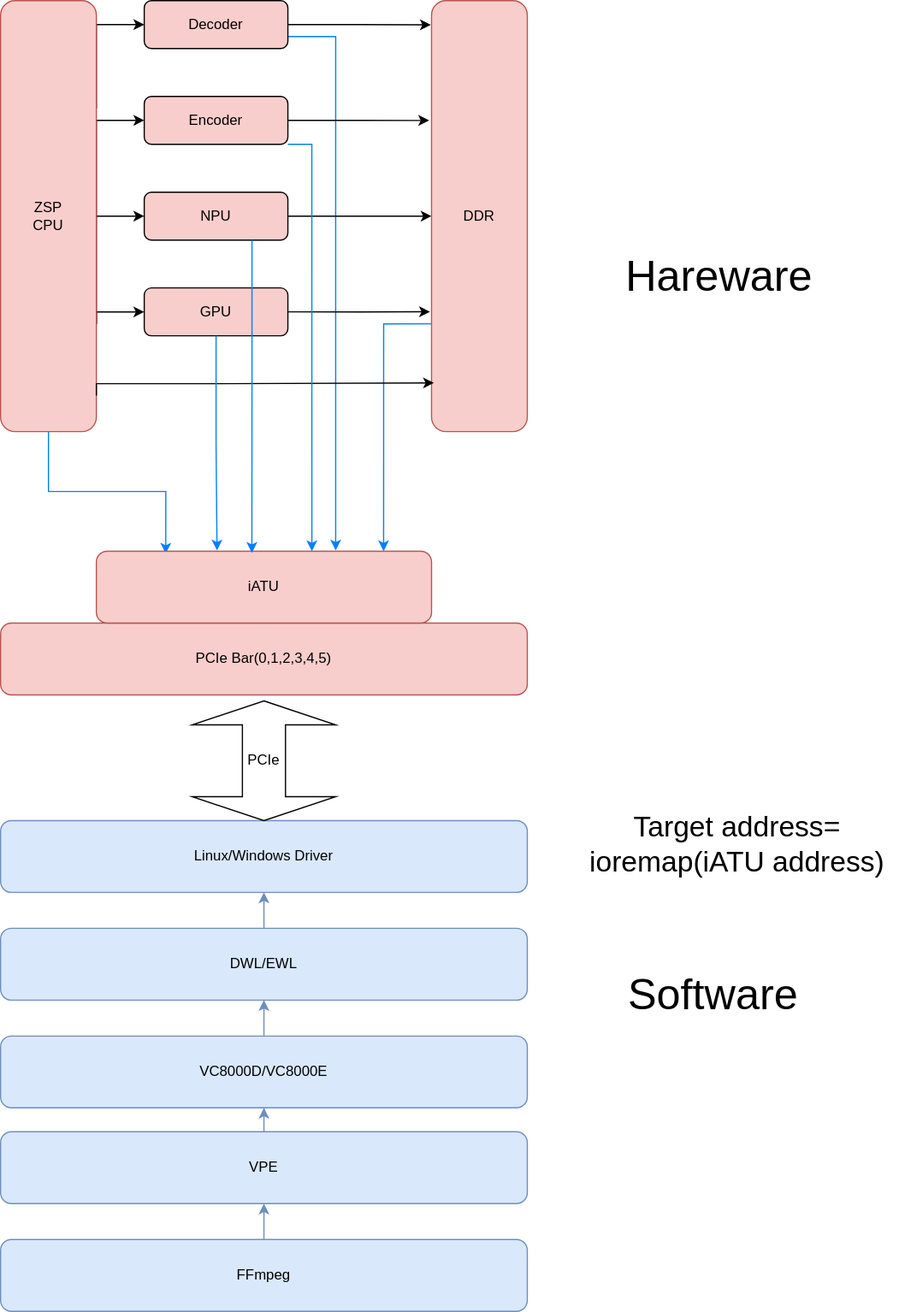
GYZHANG2019/temp keeps this draw.io diagram as supernova_hw.drawio.svg. Above is the earlier version. Source tidied: cells renumbered, new cells last; positions are measured from the earlier drawing's top-left corner, leaving out a move shared by most shapes.
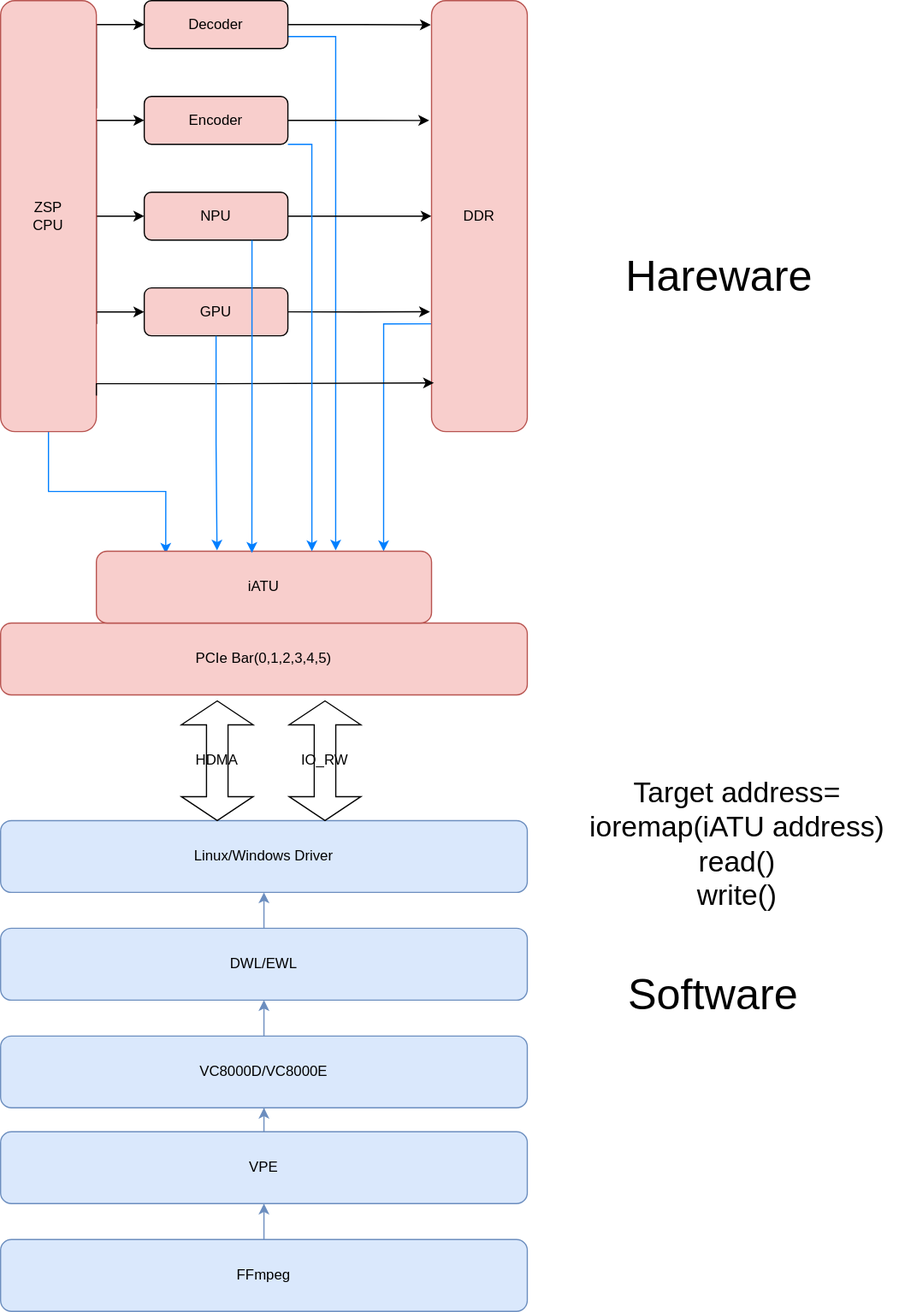
Later version of the same file.

Change to the diagram source:
```diff
@@ -133,11 +133,14 @@
     <mxCell id="36" value="&lt;div style=&quot;background-color: rgb(31, 31, 31); font-family: Consolas, &amp;quot;Courier New&amp;quot;, monospace; font-size: 14px; line-height: 19px; white-space-collapse: preserve;&quot;&gt;&lt;br&gt;&lt;/div&gt;" style="text;html=1;align=center;verticalAlign=middle;strokeColor=none;fillColor=none;" parent="1" vertex="1">
       <mxGeometry x="510" y="498" width="20" height="30" as="geometry" />
     </mxCell>
-    <mxCell id="37" value="&lt;font style=&quot;font-size: 24px;&quot;&gt;Target address=&lt;/font&gt;&lt;div style=&quot;font-size: 24px;&quot;&gt;&lt;font style=&quot;font-size: 24px;&quot;&gt;ioremap(iATU address)&lt;/font&gt;&lt;/div&gt;" style="text;html=1;align=center;verticalAlign=middle;strokeColor=none;fillColor=none;" parent="1" vertex="1">
-      <mxGeometry x="480" y="670" width="270" height="70" as="geometry" />
+    <mxCell id="37" value="&lt;font style=&quot;font-size: 24px;&quot;&gt;Target address=&lt;/font&gt;&lt;div style=&quot;font-size: 24px;&quot;&gt;&lt;font style=&quot;font-size: 24px;&quot;&gt;ioremap(iATU address)&lt;/font&gt;&lt;/div&gt;&lt;div style=&quot;font-size: 24px;&quot;&gt;&lt;font style=&quot;font-size: 24px;&quot;&gt;read()&lt;/font&gt;&lt;/div&gt;&lt;div style=&quot;font-size: 24px;&quot;&gt;write()&lt;/div&gt;" style="text;html=1;align=center;verticalAlign=middle;strokeColor=none;fillColor=none;" parent="1" vertex="1">
+      <mxGeometry x="480" y="640" width="270" height="130" as="geometry" />
     </mxCell>
-    <mxCell id="38" value="PCIe" style="shape=doubleArrow;direction=south;whiteSpace=wrap;html=1;" parent="1" vertex="1">
-      <mxGeometry x="160" y="585" width="120" height="100" as="geometry" />
-    </mxCell>
+    <mxCell id="39" value="HDMA" style="shape=doubleArrow;direction=south;whiteSpace=wrap;html=1;" parent="1" vertex="1">
+      <mxGeometry x="151" y="585" width="60" height="100" as="geometry" />
+    </mxCell>
+    <mxCell id="40" value="IO_RW" style="shape=doubleArrow;direction=south;whiteSpace=wrap;html=1;" parent="1" vertex="1">
+      <mxGeometry x="241" y="585" width="60" height="100" as="geometry" />
+    </mxCell>
   </root>
 </mxGraphModel>
```
